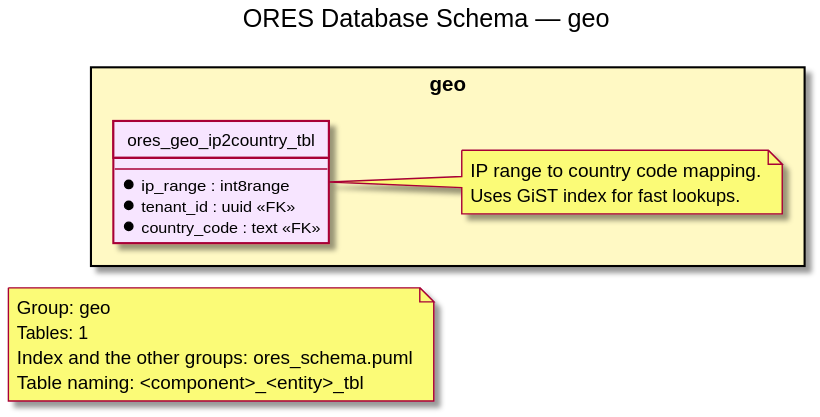
This is projects/ores.sql/modeling/ores_schema.geo.svg from OreStudio/OreStudio, a PlantUML export, as it was before one commit. The source it was exported from:
```plantuml
@startuml

title ORES Database Schema — geo
hide circle
skinparam linetype ortho

left to right direction
skinparam packageStyle rectangle
skinparam nodesep 8
skinparam ranksep 20

note as GroupNote
Group: geo
Tables: 1
Index and the other groups: ores_schema.puml
Table naming: <component>_<entity>_tbl
end note

package "geo" #FFF9C4 {
    entity ores_geo_ip2country_tbl  #F7E5FF {
        --
        * ip_range : int8range
        * tenant_id : uuid <<FK>>
        * country_code : text <<FK>>
    }

    note right of ores_geo_ip2country_tbl
    IP range to country code mapping.
    Uses GiST index for fast lookups.
    end note

}



@enduml
```
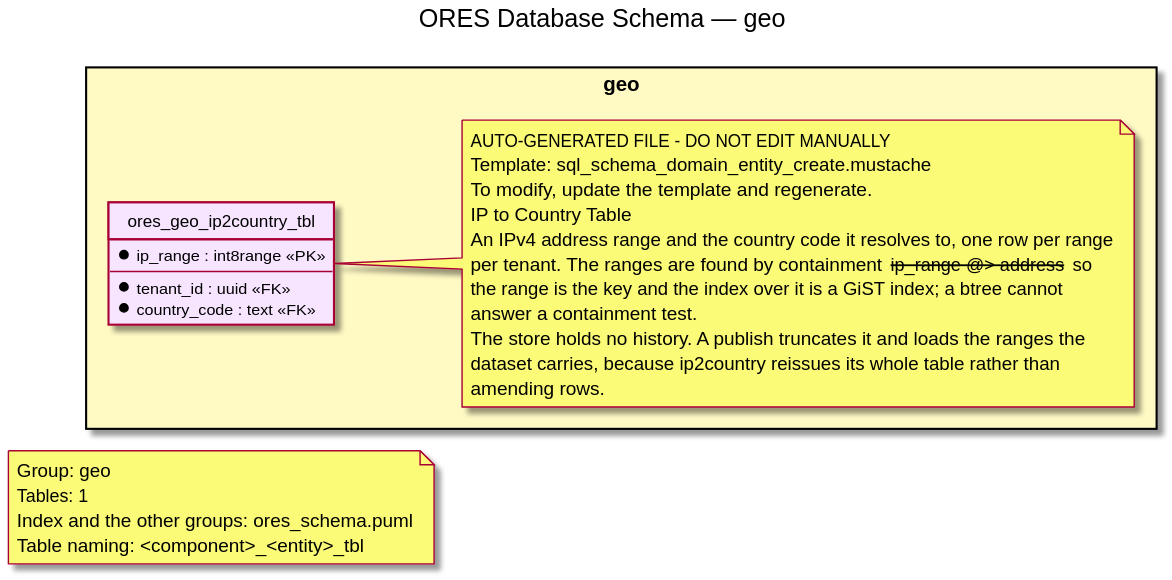
After the commit.

Commit message:
[sql] Regenerate the ER diagrams for the geodesy table pair

The edit, as a diff of the source:
```diff
@@ -18,15 +18,24 @@
 
 package "geo" #FFF9C4 {
     entity ores_geo_ip2country_tbl  #F7E5FF {
+        * ip_range : int8range <<PK>>
         --
-        * ip_range : int8range
         * tenant_id : uuid <<FK>>
         * country_code : text <<FK>>
     }
 
     note right of ores_geo_ip2country_tbl
-    IP range to country code mapping.
-    Uses GiST index for fast lookups.
+    AUTO-GENERATED FILE - DO NOT EDIT MANUALLY
+    Template: sql_schema_domain_entity_create.mustache
+    To modify, update the template and regenerate.
+    IP to Country Table
+    An IPv4 address range and the country code it resolves to, one row per range
+    per tenant. The ranges are found by containment -- ip_range @> address -- so
+    the range is the key and the index over it is a GiST index; a btree cannot
+    answer a containment test.
+    The store holds no history. A publish truncates it and loads the ranges the
+    dataset carries, because ip2country reissues its whole table rather than
+    amending rows.
     end note
 
 }
```
